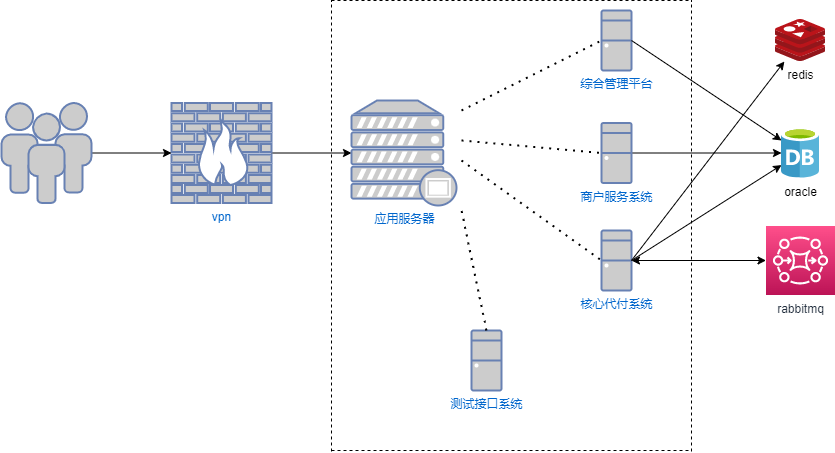
This is Untitled Diagram.drawio.png from songyibo2019/mydiagrams, a draw.io export, as it was before one commit. Source tidied: cells renumbered, new cells last; positions are measured from the earlier drawing's top-left corner, leaving out a move shared by most shapes.
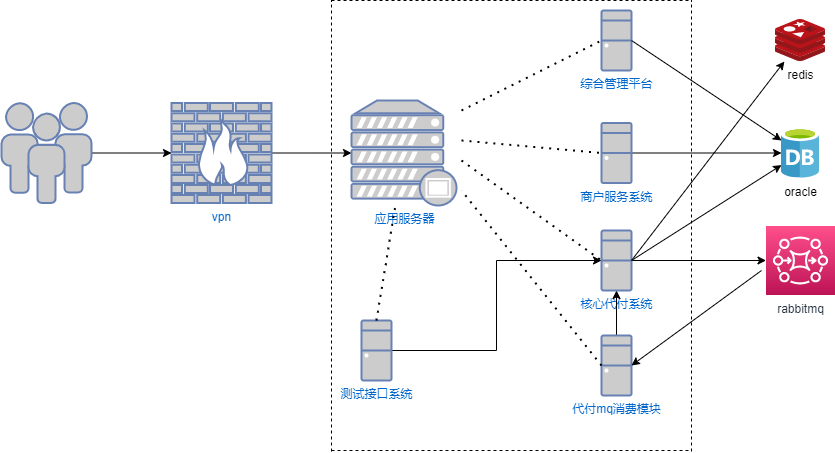
After the change.

Diff of the diagram source:
```diff
@@ -23,6 +23,9 @@
     <mxCell id="8" value="商户服务系统" style="fontColor=#0066CC;verticalAlign=top;verticalLabelPosition=bottom;labelPosition=center;align=center;html=1;outlineConnect=0;fillColor=#CCCCCC;strokeColor=#6881B3;gradientColor=none;gradientDirection=north;strokeWidth=2;shape=mxgraph.networks.desktop_pc;" parent="1" vertex="1">
       <mxGeometry x="600" y="122.5" width="30" height="60" as="geometry" />
     </mxCell>
+    <mxCell id="27" style="edgeStyle=orthogonalEdgeStyle;rounded=0;jettySize=auto;html=1;exitX=1;exitY=0.5;exitDx=0;exitDy=0;exitPerimeter=0;entryX=0;entryY=0.5;entryDx=0;entryDy=0;entryPerimeter=0;" parent="1" edge="1" source="9" target="12">
+      <mxGeometry relative="1" as="geometry" />
+    </mxCell>
     <mxCell id="9" value="核心代付系统" style="fontColor=#0066CC;verticalAlign=top;verticalLabelPosition=bottom;labelPosition=center;align=center;html=1;outlineConnect=0;fillColor=#CCCCCC;strokeColor=#6881B3;gradientColor=none;gradientDirection=north;strokeWidth=2;shape=mxgraph.networks.desktop_pc;" parent="1" vertex="1">
       <mxGeometry x="600" y="230" width="30" height="60" as="geometry" />
     </mxCell>
@@ -85,21 +88,33 @@
         <mxPoint x="460" y="160" as="sourcePoint" />
       </mxGeometry>
     </mxCell>
+    <mxCell id="28" style="edgeStyle=orthogonalEdgeStyle;rounded=0;jettySize=auto;html=1;exitX=1;exitY=0.5;exitDx=0;exitDy=0;exitPerimeter=0;entryX=0;entryY=0.5;entryDx=0;entryDy=0;entryPerimeter=0;" parent="1" edge="1" source="23" target="9">
+      <mxGeometry relative="1" as="geometry" />
+    </mxCell>
     <mxCell id="23" value="测试接口系统" style="fontColor=#0066CC;verticalAlign=top;verticalLabelPosition=bottom;labelPosition=center;align=center;html=1;outlineConnect=0;fillColor=#CCCCCC;strokeColor=#6881B3;gradientColor=none;gradientDirection=north;strokeWidth=2;shape=mxgraph.networks.desktop_pc;" parent="1" vertex="1">
-      <mxGeometry x="470" y="330" width="30" height="60" as="geometry" />
+      <mxGeometry x="360" y="320" width="30" height="60" as="geometry" />
     </mxCell>
-    <mxCell id="24" style="endArrow=none;dashed=1;html=1;dashPattern=1 3;strokeWidth=2;rounded=0;exitX=0.5;exitY=0;exitDx=0;exitDy=0;exitPerimeter=0;" parent="1" edge="1" source="23">
-      <mxGeometry relative="1" as="geometry">
-        <mxPoint x="460" y="210" as="targetPoint" />
-      </mxGeometry>
+    <mxCell id="24" style="endArrow=none;dashed=1;html=1;dashPattern=1 3;strokeWidth=2;rounded=0;exitX=0.5;exitY=0;exitDx=0;exitDy=0;exitPerimeter=0;" parent="1" edge="1" source="23" target="10">
+      <mxGeometry relative="1" as="geometry" />
     </mxCell>
     <mxCell id="25" style="endArrow=classic;html=1;rounded=0;exitX=1;exitY=0.5;exitDx=0;exitDy=0;exitPerimeter=0;" parent="1" edge="1" source="9" target="11">
       <mxGeometry relative="1" as="geometry" />
     </mxCell>
-    <mxCell id="26" style="endArrow=classic;startArrow=classic;html=1;rounded=0;entryX=0;entryY=0.5;entryDx=0;entryDy=0;entryPerimeter=0;" parent="1" edge="1" target="12">
-      <mxGeometry relative="1" as="geometry">
-        <mxPoint x="630" y="260" as="sourcePoint" />
-      </mxGeometry>
-    </mxCell>
+    <mxCell id="29" style="edgeStyle=orthogonalEdgeStyle;rounded=0;jettySize=auto;html=1;exitX=0.5;exitY=0;exitDx=0;exitDy=0;exitPerimeter=0;" parent="1" edge="1" source="30" target="9">
+      <mxGeometry relative="1" as="geometry" />
+    </mxCell>
+    <mxCell id="30" value="代付mq消费模块" style="fontColor=#0066CC;verticalAlign=top;verticalLabelPosition=bottom;labelPosition=center;align=center;html=1;outlineConnect=0;fillColor=#CCCCCC;strokeColor=#6881B3;gradientColor=none;gradientDirection=north;strokeWidth=2;shape=mxgraph.networks.desktop_pc;" parent="1" vertex="1">
+      <mxGeometry x="600" y="335" width="30" height="60" as="geometry" />
+    </mxCell>
+    <mxCell id="31" style="endArrow=none;dashed=1;html=1;dashPattern=1 3;strokeWidth=2;rounded=0;exitX=0;exitY=0.5;exitDx=0;exitDy=0;exitPerimeter=0;" parent="1" edge="1" source="30">
+      <mxGeometry relative="1" as="geometry">
+        <mxPoint x="460" y="190" as="targetPoint" />
+      </mxGeometry>
+    </mxCell>
+    <mxCell id="32" style="endArrow=classic;html=1;rounded=0;entryX=1;entryY=0.5;entryDx=0;entryDy=0;entryPerimeter=0;" parent="1" edge="1" target="30">
+      <mxGeometry relative="1" as="geometry">
+        <mxPoint x="760" y="270" as="sourcePoint" />
+      </mxGeometry>
+    </mxCell>
   </root>
 </mxGraphModel>
```
